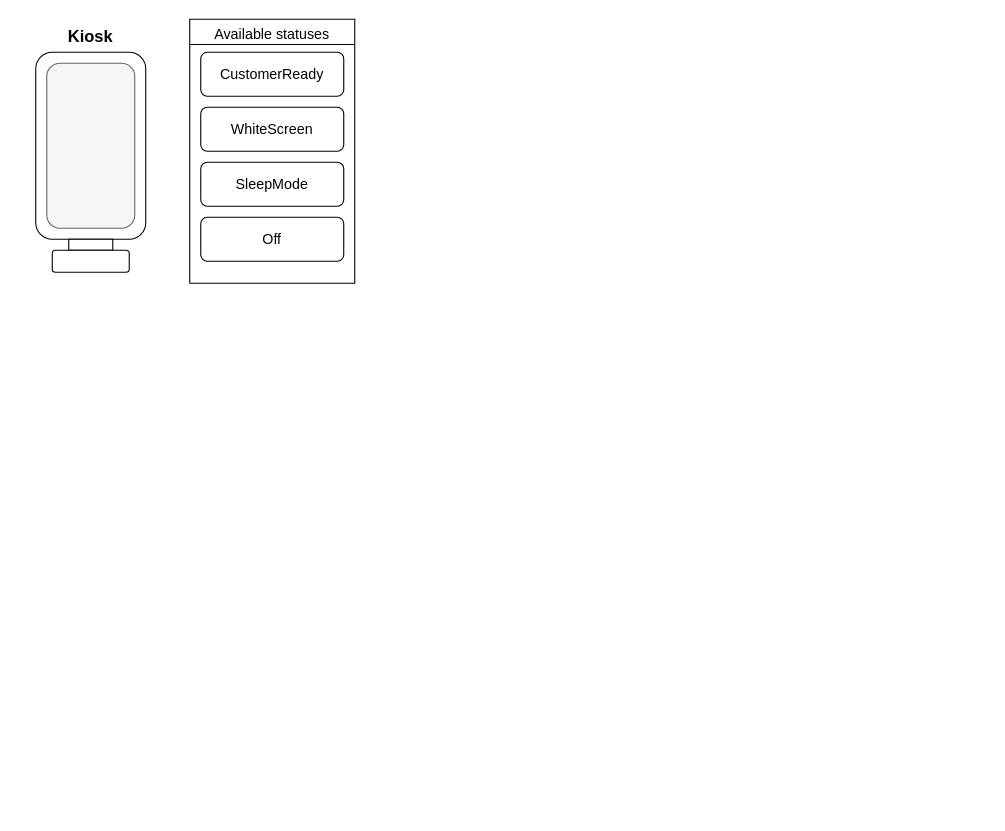
This is Diagram/Diagram.drawio from OneGraund/KioskStatusLog, a draw.io file, before an edit. Source tidied: cells renumbered, new cells numbered last; positions are measured from the earlier drawing's top-left corner, leaving out a move shared by most shapes. Both pictures are drawn from the tidied source at 110%, with x=0, y=0 at pixel (35, 19). Pictures stored in the file or linked from it are replaced by grey dashed boxes.
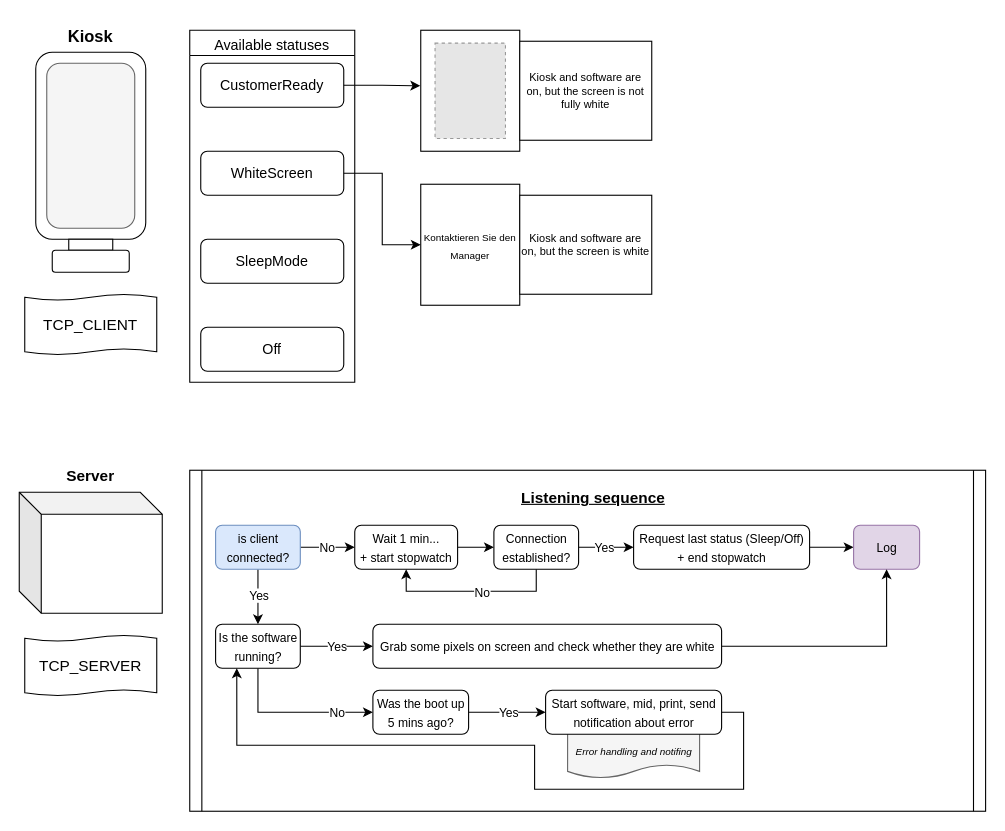
The same page after the edit.

The change refers to these unchanged cells:
```xml
<mxCell id="8" value="CustomerReady" style="rounded=1;whiteSpace=wrap;html=1;fontSize=13;" parent="7" vertex="1">
  <mxGeometry x="10" y="30" width="130" height="40" as="geometry" />
</mxCell>
```

Diff of the diagram source:
```diff
@@
+    <mxCell id="12" style="rounded=0;whiteSpace=wrap;html=1;fontSize=13;" parent="1" vertex="1">
+      <mxGeometry x="350" y="10" width="90" height="110" as="geometry" />
+    </mxCell>
@@
     <mxCell id="7" value="&lt;span style=&quot;font-weight: normal;&quot;&gt;&lt;font style=&quot;font-size: 13px;&quot;&gt;Available statuses&lt;/font&gt;&lt;/span&gt;" style="swimlane;whiteSpace=wrap;html=1;fontSize=15;" parent="1" vertex="1">
-      <mxGeometry x="140" width="150" height="240" as="geometry" />
+      <mxGeometry x="140" y="10" width="150" height="320" as="geometry" />
     </mxCell>
@@
     <mxCell id="9" value="WhiteScreen" style="rounded=1;whiteSpace=wrap;html=1;fontSize=13;" parent="7" vertex="1">
-      <mxGeometry x="10" y="80" width="130" height="40" as="geometry" />
+      <mxGeometry x="10" y="110" width="130" height="40" as="geometry" />
     </mxCell>
     <mxCell id="10" value="SleepMode" style="rounded=1;whiteSpace=wrap;html=1;fontSize=13;" parent="7" vertex="1">
-      <mxGeometry x="10" y="130" width="130" height="40" as="geometry" />
+      <mxGeometry x="10" y="190" width="130" height="40" as="geometry" />
     </mxCell>
     <mxCell id="11" value="Off" style="rounded=1;whiteSpace=wrap;html=1;fontSize=13;" parent="7" vertex="1">
-      <mxGeometry x="10" y="180" width="130" height="40" as="geometry" />
+      <mxGeometry x="10" y="270" width="130" height="40" as="geometry" />
     </mxCell>
+    <mxCell id="13" style="fillColor=#E6E6E6;strokeColor=#999999;dashed=1;verticalLabelPosition=bottom;labelBackgroundColor=default;verticalAlign=top;" parent="1" vertex="1">
+      <mxGeometry x="363" y="21.7" width="64" height="86.7" as="geometry" />
+    </mxCell>
+    <mxCell id="14" style="edgeStyle=orthogonalEdgeStyle;rounded=0;jettySize=auto;html=1;entryX=-0.005;entryY=0.459;entryDx=0;entryDy=0;entryPerimeter=0;fontSize=13;" parent="1" edge="1" source="8" target="12">
+      <mxGeometry relative="1" as="geometry" />
+    </mxCell>
+    <mxCell id="15" style="rounded=0;whiteSpace=wrap;html=1;fontSize=13;" parent="1" vertex="1">
+      <mxGeometry x="350" y="150" width="90" height="110" as="geometry" />
+    </mxCell>
+    <mxCell id="16" style="edgeStyle=orthogonalEdgeStyle;rounded=0;jettySize=auto;html=1;entryX=0;entryY=0.5;entryDx=0;entryDy=0;fontSize=13;" parent="1" edge="1" source="9" target="15">
+      <mxGeometry relative="1" as="geometry" />
+    </mxCell>
+    <mxCell id="17" value="&lt;font style=&quot;font-size: 9px;&quot;&gt;Kontaktieren Sie den Manager&lt;/font&gt;" style="text;html=1;strokeColor=none;fillColor=none;align=center;verticalAlign=middle;whiteSpace=wrap;rounded=0;fontSize=13;" parent="1" vertex="1">
+      <mxGeometry x="350" y="190" width="90" height="30" as="geometry" />
+    </mxCell>
+    <mxCell id="18" value="&lt;font size=&quot;1&quot;&gt;Kiosk and software are on, but the screen is not fully white&lt;/font&gt;" style="rounded=0;whiteSpace=wrap;html=1;fontSize=9;" parent="1" vertex="1">
+      <mxGeometry x="440" y="20" width="120" height="90" as="geometry" />
+    </mxCell>
+    <mxCell id="19" value="&lt;font size=&quot;1&quot;&gt;Kiosk and software are on, but the screen is white&lt;/font&gt;" style="rounded=0;whiteSpace=wrap;html=1;fontSize=9;" parent="1" vertex="1">
+      <mxGeometry x="440" y="160" width="120" height="90" as="geometry" />
+    </mxCell>
+    <mxCell id="20" style="shape=cube;whiteSpace=wrap;html=1;boundedLbl=1;backgroundOutline=1;darkOpacity=0.05;darkOpacity2=0.1;fontSize=10;" parent="1" vertex="1">
+      <mxGeometry x="-15" y="430" width="130" height="110" as="geometry" />
+    </mxCell>
+    <mxCell id="21" value="&lt;b&gt;&lt;font style=&quot;font-size: 14px;&quot;&gt;Server&lt;/font&gt;&lt;/b&gt;" style="text;html=1;strokeColor=none;fillColor=none;align=center;verticalAlign=middle;whiteSpace=wrap;rounded=0;fontSize=10;" parent="1" vertex="1">
+      <mxGeometry x="20" y="400" width="60" height="30" as="geometry" />
+    </mxCell>
+    <mxCell id="22" value="TCP_SERVER" style="shape=tape;whiteSpace=wrap;html=1;fontSize=14;size=0.1;" parent="1" vertex="1">
+      <mxGeometry x="-10" y="560" width="120" height="55" as="geometry" />
+    </mxCell>
+    <mxCell id="23" value="TCP_CLIENT" style="shape=tape;whiteSpace=wrap;html=1;fontSize=14;size=0.1;" parent="1" vertex="1">
+      <mxGeometry x="-10" y="250" width="120" height="55" as="geometry" />
+    </mxCell>
+    <mxCell id="24" style="shape=process;whiteSpace=wrap;html=1;backgroundOutline=1;fontSize=14;size=0.015625;" parent="1" vertex="1">
+      <mxGeometry x="140" y="410" width="723.5" height="310" as="geometry" />
+    </mxCell>
+    <mxCell id="25" value="&lt;b&gt;&lt;u&gt;Listening sequence&lt;/u&gt;&lt;/b&gt;" style="text;html=1;strokeColor=none;fillColor=none;align=center;verticalAlign=middle;whiteSpace=wrap;rounded=0;fontSize=14;" parent="1" vertex="1">
+      <mxGeometry x="373.5" y="420" width="266" height="30" as="geometry" />
+    </mxCell>
+    <mxCell id="26" style="edgeStyle=orthogonalEdgeStyle;rounded=0;jettySize=auto;html=1;exitX=1;exitY=0.5;exitDx=0;exitDy=0;entryX=0;entryY=0.5;entryDx=0;entryDy=0;fontSize=11;" parent="1" edge="1" source="30" target="32">
+      <mxGeometry relative="1" as="geometry" />
+    </mxCell>
+    <mxCell id="27" value="No" style="edgeLabel;html=1;align=center;verticalAlign=middle;fontSize=11;" parent="26" vertex="1">
+      <mxGeometry x="-0.26" y="-2" relative="1" as="geometry">
+        <mxPoint x="6" y="-2" as="offset" />
+      </mxGeometry>
+    </mxCell>
+    <mxCell id="28" style="edgeStyle=orthogonalEdgeStyle;rounded=0;jettySize=auto;html=1;fontSize=11;" parent="1" edge="1" source="30" target="45">
+      <mxGeometry relative="1" as="geometry" />
+    </mxCell>
+    <mxCell id="29" value="Yes&lt;br&gt;" style="edgeLabel;html=1;align=center;verticalAlign=middle;fontSize=11;" parent="28" vertex="1">
+      <mxGeometry x="-0.32" y="1" relative="1" as="geometry">
+        <mxPoint x="-1" y="6" as="offset" />
+      </mxGeometry>
+    </mxCell>
+    <mxCell id="30" value="&lt;font style=&quot;font-size: 11px;&quot;&gt;is client connected?&lt;/font&gt;" style="rounded=1;whiteSpace=wrap;html=1;fontSize=14;fillColor=#dae8fc;strokeColor=#6c8ebf;" parent="1" vertex="1">
+      <mxGeometry x="163.5" y="460" width="77" height="40" as="geometry" />
+    </mxCell>
+    <mxCell id="31" style="edgeStyle=orthogonalEdgeStyle;rounded=0;jettySize=auto;html=1;fontSize=11;" parent="1" edge="1" source="32" target="37">
+      <mxGeometry relative="1" as="geometry" />
+    </mxCell>
+    <mxCell id="32" value="&lt;font style=&quot;font-size: 11px;&quot;&gt;Wait 1 min...&lt;br&gt;+ start stopwatch&lt;br&gt;&lt;/font&gt;" style="rounded=1;whiteSpace=wrap;html=1;fontSize=14;" parent="1" vertex="1">
+      <mxGeometry x="290" y="460" width="93.5" height="40" as="geometry" />
+    </mxCell>
+    <mxCell id="33" style="edgeStyle=orthogonalEdgeStyle;rounded=0;jettySize=auto;html=1;fontSize=11;" parent="1" edge="1" source="37" target="39">
+      <mxGeometry relative="1" as="geometry" />
+    </mxCell>
+    <mxCell id="34" value="Yes&lt;br&gt;" style="edgeLabel;html=1;align=center;verticalAlign=middle;fontSize=11;" parent="33" vertex="1">
+      <mxGeometry x="-0.28" y="1" relative="1" as="geometry">
+        <mxPoint x="5" y="1" as="offset" />
+      </mxGeometry>
+    </mxCell>
+    <mxCell id="35" style="edgeStyle=orthogonalEdgeStyle;rounded=0;jettySize=auto;html=1;exitX=0.5;exitY=1;exitDx=0;exitDy=0;entryX=0.5;entryY=1;entryDx=0;entryDy=0;fontSize=11;" parent="1" edge="1" source="37" target="32">
+      <mxGeometry relative="1" as="geometry" />
+    </mxCell>
+    <mxCell id="36" value="No&lt;br&gt;" style="edgeLabel;html=1;align=center;verticalAlign=middle;fontSize=11;" parent="35" vertex="1">
+      <mxGeometry x="-0.11" y="1" relative="1" as="geometry" />
+    </mxCell>
+    <mxCell id="37" value="&lt;font style=&quot;font-size: 11px;&quot;&gt;Connection established?&lt;/font&gt;" style="rounded=1;whiteSpace=wrap;html=1;fontSize=14;" parent="1" vertex="1">
+      <mxGeometry x="416.5" y="460" width="77" height="40" as="geometry" />
+    </mxCell>
+    <mxCell id="38" style="edgeStyle=orthogonalEdgeStyle;rounded=0;jettySize=auto;html=1;fontSize=11;" parent="1" edge="1" source="39" target="40">
+      <mxGeometry relative="1" as="geometry" />
+    </mxCell>
+    <mxCell id="39" value="&lt;span style=&quot;font-size: 11px;&quot;&gt;Request last status (Sleep/Off)&lt;br&gt;+ end stopwatch&lt;br&gt;&lt;/span&gt;" style="rounded=1;whiteSpace=wrap;html=1;fontSize=14;" parent="1" vertex="1">
+      <mxGeometry x="543.5" y="460" width="160" height="40" as="geometry" />
+    </mxCell>
+    <mxCell id="40" value="&lt;span style=&quot;font-size: 11px;&quot;&gt;Log&lt;br&gt;&lt;/span&gt;" style="rounded=1;whiteSpace=wrap;html=1;fontSize=14;fillColor=#e1d5e7;strokeColor=#9673a6;" parent="1" vertex="1">
+      <mxGeometry x="743.5" y="460" width="60" height="40" as="geometry" />
+    </mxCell>
+    <mxCell id="41" style="edgeStyle=orthogonalEdgeStyle;rounded=0;jettySize=auto;html=1;fontSize=11;" parent="1" edge="1" source="45" target="47">
+      <mxGeometry relative="1" as="geometry" />
+    </mxCell>
+    <mxCell id="42" value="Yes" style="edgeLabel;html=1;align=center;verticalAlign=middle;fontSize=11;" parent="41" vertex="1">
+      <mxGeometry x="0.22" y="2" relative="1" as="geometry">
+        <mxPoint x="-7" y="2" as="offset" />
+      </mxGeometry>
+    </mxCell>
+    <mxCell id="43" style="edgeStyle=orthogonalEdgeStyle;rounded=0;jettySize=auto;html=1;entryX=0;entryY=0.5;entryDx=0;entryDy=0;fontSize=11;" parent="1" edge="1" source="45" target="50">
+      <mxGeometry relative="1" as="geometry">
+        <Array as="points">
+          <mxPoint x="202.5" y="630" />
+        </Array>
+      </mxGeometry>
+    </mxCell>
+    <mxCell id="44" value="No" style="edgeLabel;html=1;align=center;verticalAlign=middle;fontSize=11;" parent="43" vertex="1">
+      <mxGeometry x="0.07" y="-1" relative="1" as="geometry">
+        <mxPoint x="34" y="-1" as="offset" />
+      </mxGeometry>
+    </mxCell>
+    <mxCell id="45" value="&lt;span style=&quot;font-size: 11px;&quot;&gt;Is the software running?&lt;/span&gt;" style="rounded=1;whiteSpace=wrap;html=1;fontSize=14;" parent="1" vertex="1">
+      <mxGeometry x="163.5" y="550" width="77" height="40" as="geometry" />
+    </mxCell>
+    <mxCell id="46" style="edgeStyle=orthogonalEdgeStyle;rounded=0;jettySize=auto;html=1;exitX=1;exitY=0.5;exitDx=0;exitDy=0;entryX=0.5;entryY=1;entryDx=0;entryDy=0;fontSize=9;" parent="1" edge="1" source="47" target="40">
+      <mxGeometry relative="1" as="geometry" />
+    </mxCell>
+    <mxCell id="47" value="&lt;span style=&quot;font-size: 11px;&quot;&gt;Grab some pixels on screen and check whether they are white&lt;/span&gt;" style="rounded=1;whiteSpace=wrap;html=1;fontSize=14;" parent="1" vertex="1">
+      <mxGeometry x="306.5" y="550" width="317" height="40" as="geometry" />
+    </mxCell>
+    <mxCell id="48" style="edgeStyle=orthogonalEdgeStyle;rounded=0;jettySize=auto;html=1;fontSize=11;" parent="1" edge="1" source="50" target="53">
+      <mxGeometry relative="1" as="geometry" />
+    </mxCell>
+    <mxCell id="49" value="Yes" style="edgeLabel;html=1;align=center;verticalAlign=middle;fontSize=11;" parent="48" vertex="1">
+      <mxGeometry x="-0.28" y="1" relative="1" as="geometry">
+        <mxPoint x="11" y="1" as="offset" />
+      </mxGeometry>
+    </mxCell>
+    <mxCell id="50" value="&lt;span style=&quot;font-size: 11px;&quot;&gt;Was the boot up 5 mins ago?&lt;/span&gt;" style="rounded=1;whiteSpace=wrap;html=1;fontSize=14;" parent="1" vertex="1">
+      <mxGeometry x="306.5" y="610" width="87" height="40" as="geometry" />
+    </mxCell>
+    <mxCell id="51" style="shape=document;whiteSpace=wrap;html=1;boundedLbl=1;fontSize=11;size=0.25;fillColor=#f5f5f5;fontColor=#333333;strokeColor=#666666;" parent="1" vertex="1">
+      <mxGeometry x="483.5" y="640" width="120" height="50" as="geometry" />
+    </mxCell>
+    <mxCell id="52" style="edgeStyle=orthogonalEdgeStyle;rounded=0;jettySize=auto;html=1;exitX=1;exitY=0.5;exitDx=0;exitDy=0;entryX=0.25;entryY=1;entryDx=0;entryDy=0;fontSize=9;" parent="1" edge="1" source="53" target="45">
+      <mxGeometry relative="1" as="geometry">
+        <Array as="points">
+          <mxPoint x="643.5" y="630" />
+          <mxPoint x="643.5" y="700" />
+          <mxPoint x="453.5" y="700" />
+          <mxPoint x="453.5" y="660" />
+          <mxPoint x="182.5" y="660" />
+        </Array>
+      </mxGeometry>
+    </mxCell>
+    <mxCell id="53" value="&lt;span style=&quot;font-size: 11px;&quot;&gt;Start software, mid, print, send notification about error&lt;/span&gt;" style="rounded=1;whiteSpace=wrap;html=1;fontSize=14;" parent="1" vertex="1">
+      <mxGeometry x="463.5" y="610" width="160" height="40" as="geometry" />
+    </mxCell>
+    <mxCell id="54" value="&lt;i&gt;&lt;font style=&quot;font-size: 9px;&quot;&gt;Error handling and notifing&lt;/font&gt;&lt;/i&gt;" style="text;html=1;strokeColor=none;fillColor=none;align=center;verticalAlign=middle;whiteSpace=wrap;rounded=0;fontSize=11;" parent="1" vertex="1">
+      <mxGeometry x="483.5" y="650" width="120" height="30" as="geometry" />
+    </mxCell>
```
